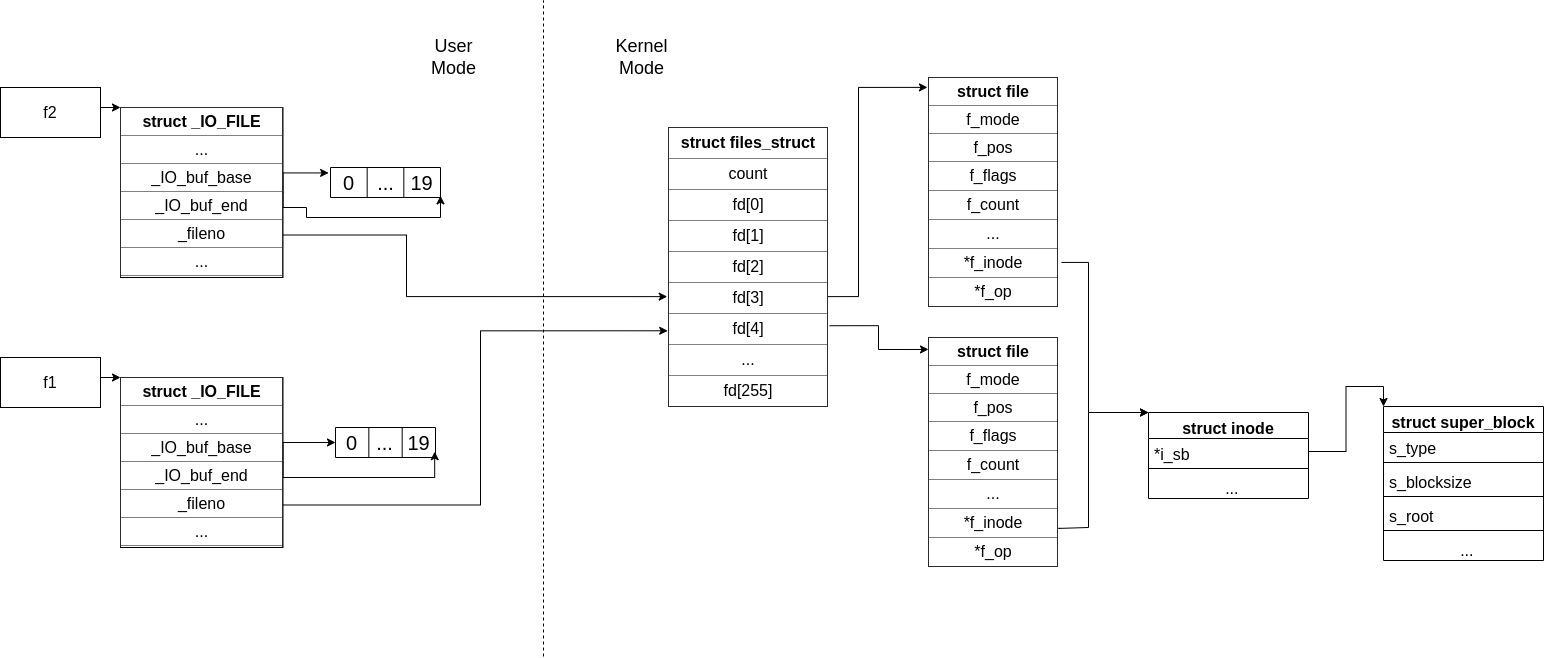
Above: lab_05/docs/img/app3_scheme.png in amunra2/os6-bmstu-iu7 (draw.io), before the change. Source tidied: cells renumbered, new cells last; positions are measured from the earlier drawing's top-left corner, leaving out a move shared by most shapes.
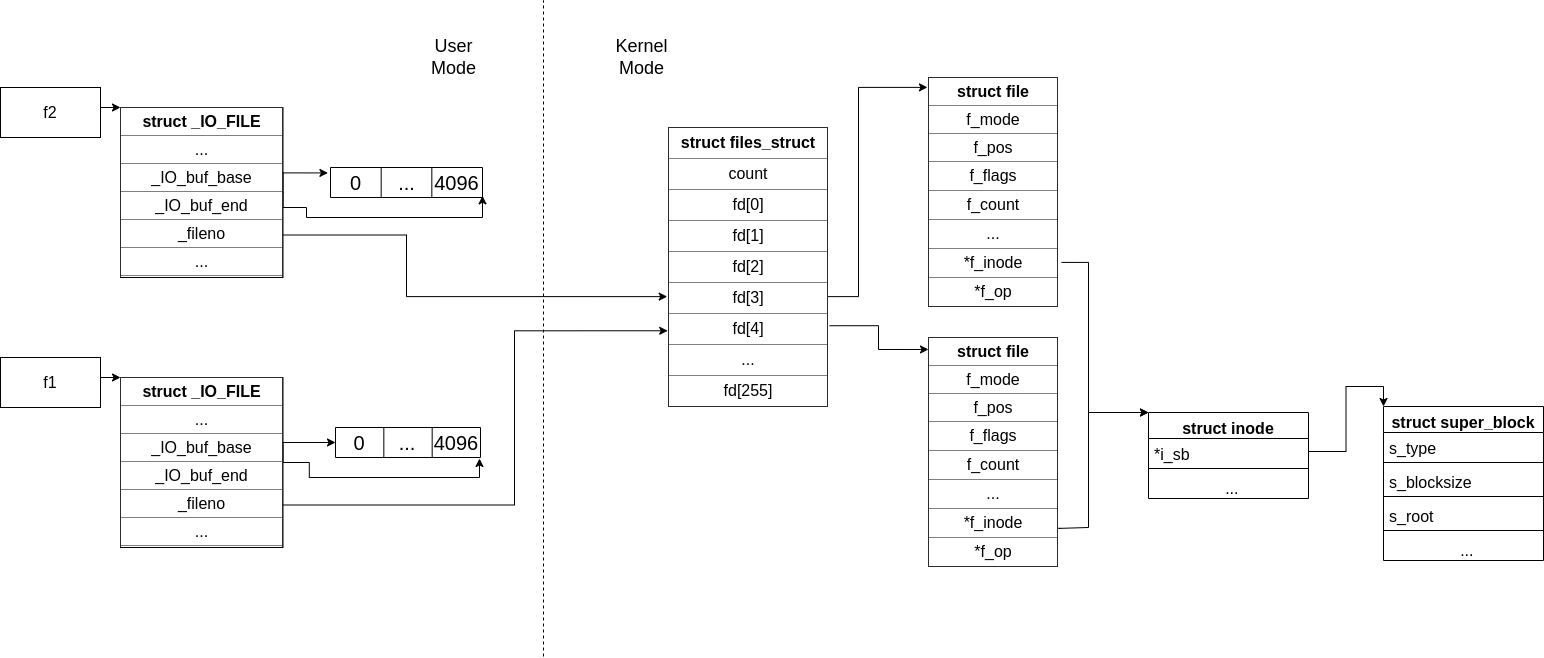
After the commit.

Change to the diagram source:
```diff
@@ -76,7 +76,7 @@
           <mxPoint x="283" y="207" />
           <mxPoint x="306" y="207" />
           <mxPoint x="306" y="217" />
-          <mxPoint x="440" y="217" />
+          <mxPoint x="482" y="217" />
         </Array>
       </mxGeometry>
     </mxCell>
@@ -98,19 +98,11 @@
         </Array>
       </mxGeometry>
     </mxCell>
-    <mxCell id="18" style="edgeStyle=orthogonalEdgeStyle;rounded=0;jettySize=auto;html=1;exitX=1;exitY=0.5;exitDx=0;exitDy=0;fontSize=20;entryX=0.992;entryY=0.806;entryDx=0;entryDy=0;entryPerimeter=0;" parent="1" edge="1" source="20" target="25">
-      <mxGeometry relative="1" as="geometry">
-        <Array as="points">
-          <mxPoint x="283" y="477" />
-          <mxPoint x="434" y="477" />
-        </Array>
-      </mxGeometry>
-    </mxCell>
     <mxCell id="19" style="edgeStyle=orthogonalEdgeStyle;rounded=0;jettySize=auto;html=1;exitX=1;exitY=0.75;exitDx=0;exitDy=0;entryX=-0.005;entryY=0.726;entryDx=0;entryDy=0;entryPerimeter=0;fontSize=20;" parent="1" edge="1" source="20" target="4">
       <mxGeometry relative="1" as="geometry">
         <Array as="points">
-          <mxPoint x="480" y="505" />
-          <mxPoint x="480" y="330" />
+          <mxPoint x="514" y="505" />
+          <mxPoint x="514" y="330" />
         </Array>
       </mxGeometry>
     </mxCell>
@@ -118,28 +110,28 @@
       <mxGeometry x="120" y="377" width="162.5" height="170" as="geometry" />
     </mxCell>
     <mxCell id="21" style="shape=partialRectangle;html=1;whiteSpace=wrap;top=1;left=1;bottom=1;right=1;points=[[0,0.5],[1,0.5]];portConstraint=eastwest;fontSize=20;strokeWidth=1;shadow=0;fillColor=none;noLabel=0;portConstraintRotation=0;snapToPoint=0;fixDash=0;backgroundOutline=0;" parent="1" vertex="1">
-      <mxGeometry x="330" y="167" width="110" height="30" as="geometry" />
+      <mxGeometry x="330" y="167" width="152" height="30" as="geometry" />
     </mxCell>
     <mxCell id="22" value="0" style="shape=partialRectangle;html=1;whiteSpace=wrap;overflow=hidden;fillColor=none;top=0;left=0;bottom=0;right=1;fontSize=20;" parent="21" vertex="1">
-      <mxGeometry width="36.7" height="30" as="geometry" />
+      <mxGeometry width="50.7" height="30" as="geometry" />
     </mxCell>
     <mxCell id="23" value="..." style="shape=partialRectangle;html=1;whiteSpace=wrap;overflow=hidden;fillColor=none;top=0;left=0;bottom=0;right=0;fontSize=20;" parent="21" vertex="1">
-      <mxGeometry x="36.7" width="36.7" height="30" as="geometry" />
+      <mxGeometry x="50.7" width="50.7" height="30" as="geometry" />
     </mxCell>
-    <mxCell id="24" value="19" style="shape=partialRectangle;html=1;whiteSpace=wrap;overflow=hidden;fillColor=none;top=0;left=1;bottom=0;right=0;fontSize=20;" parent="21" vertex="1">
-      <mxGeometry x="73.3" width="36.7" height="30" as="geometry" />
+    <mxCell id="24" value="4096" style="shape=partialRectangle;html=1;whiteSpace=wrap;overflow=hidden;fillColor=none;top=0;left=1;bottom=0;right=0;fontSize=20;" parent="21" vertex="1">
+      <mxGeometry x="101.3" width="50.7" height="30" as="geometry" />
     </mxCell>
     <mxCell id="25" style="shape=partialRectangle;html=1;whiteSpace=wrap;top=1;left=1;bottom=1;right=1;points=[[0,0.5],[1,0.5]];portConstraint=eastwest;fontSize=20;strokeWidth=1;shadow=0;fillColor=none;noLabel=0;portConstraintRotation=0;snapToPoint=0;fixDash=0;backgroundOutline=0;" parent="1" vertex="1">
-      <mxGeometry x="335" y="427" width="100" height="30" as="geometry" />
+      <mxGeometry x="335" y="427" width="145" height="30" as="geometry" />
     </mxCell>
     <mxCell id="26" value="0" style="shape=partialRectangle;html=1;whiteSpace=wrap;overflow=hidden;fillColor=none;top=0;left=0;bottom=0;right=1;fontSize=20;" parent="25" vertex="1">
-      <mxGeometry width="33.3" height="30" as="geometry" />
+      <mxGeometry width="48.3" height="30" as="geometry" />
     </mxCell>
     <mxCell id="27" value="..." style="shape=partialRectangle;html=1;whiteSpace=wrap;overflow=hidden;fillColor=none;top=0;left=0;bottom=0;right=0;fontSize=20;" parent="25" vertex="1">
-      <mxGeometry x="33.3" width="33.3" height="30" as="geometry" />
+      <mxGeometry x="48.3" width="48.3" height="30" as="geometry" />
     </mxCell>
-    <mxCell id="28" value="19" style="shape=partialRectangle;html=1;whiteSpace=wrap;overflow=hidden;fillColor=none;top=0;left=1;bottom=0;right=0;fontSize=20;" parent="25" vertex="1">
-      <mxGeometry x="66.7" width="33.3" height="30" as="geometry" />
+    <mxCell id="28" value="4096" style="shape=partialRectangle;html=1;whiteSpace=wrap;overflow=hidden;fillColor=none;top=0;left=1;bottom=0;right=0;fontSize=20;" parent="25" vertex="1">
+      <mxGeometry x="96.7" width="48.3" height="30" as="geometry" />
     </mxCell>
     <mxCell id="29" style="endArrow=none;html=1;rounded=0;fontSize=16;dashed=1;" parent="1" edge="1">
       <mxGeometry relative="1" as="geometry">
@@ -192,5 +184,8 @@
     <mxCell id="44" style="edgeStyle=orthogonalEdgeStyle;rounded=0;jettySize=auto;html=1;exitX=1;exitY=0.5;exitDx=0;exitDy=0;entryX=0;entryY=0;entryDx=0;entryDy=0;fontSize=16;" parent="1" edge="1" source="33" target="36">
       <mxGeometry relative="1" as="geometry" />
     </mxCell>
+    <mxCell id="18" style="edgeStyle=orthogonalEdgeStyle;rounded=0;jettySize=auto;html=1;entryX=0.993;entryY=1.033;entryDx=0;entryDy=0;fontSize=20;entryPerimeter=0;" parent="1" edge="1" source="20" target="25">
+      <mxGeometry relative="1" as="geometry" />
+    </mxCell>
   </root>
 </mxGraphModel>
```
